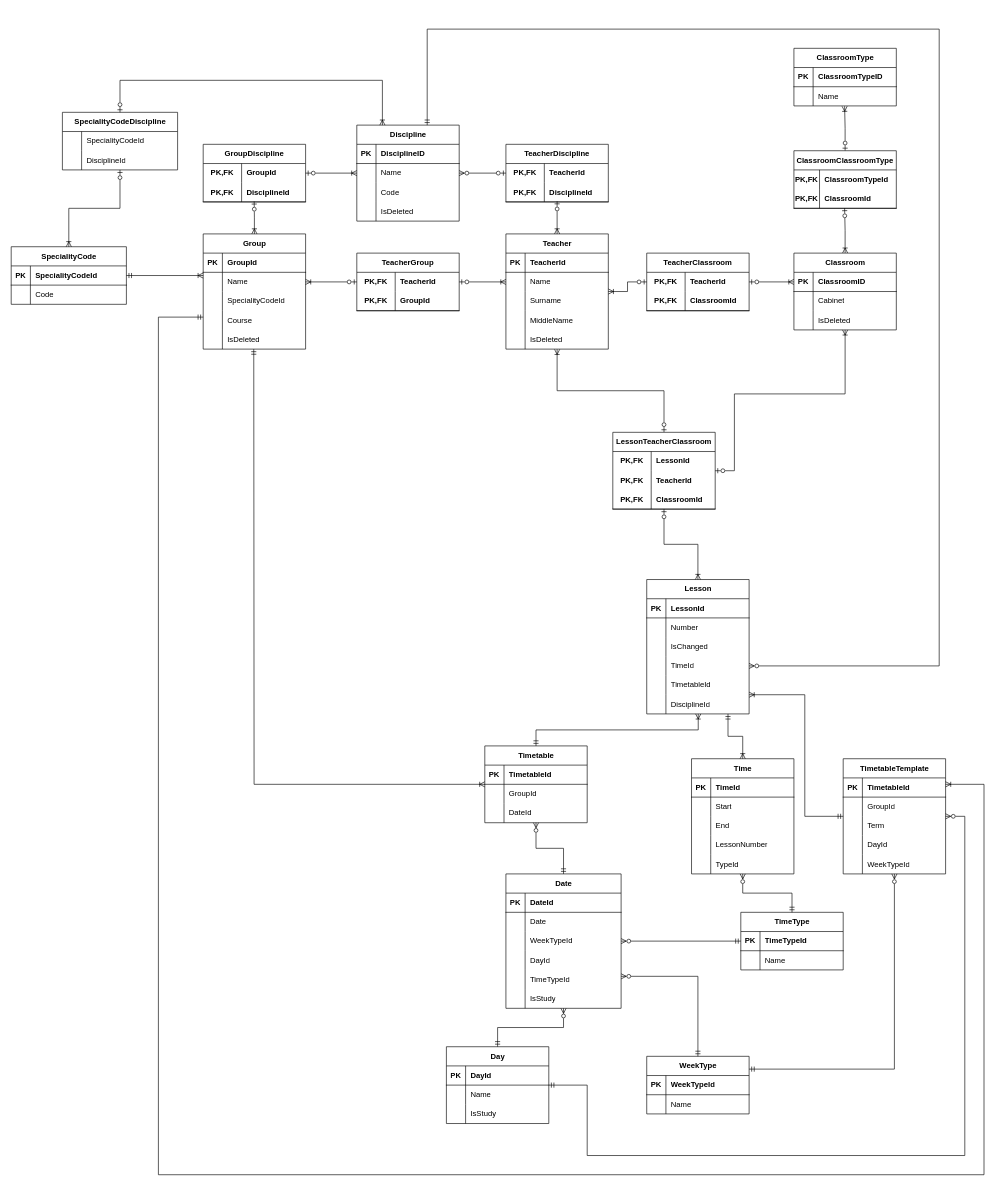
The draw.io diagram Schedule.drawio in SV3TLuV/Schedule, before the edit. Source tidied: cells renumbered, new cells numbered last; positions are measured from the earlier drawing's top-left corner, leaving out a move shared by most shapes. Both pictures are drawn from the tidied source at 64%, with x=0, y=0 at pixel (11, 29).
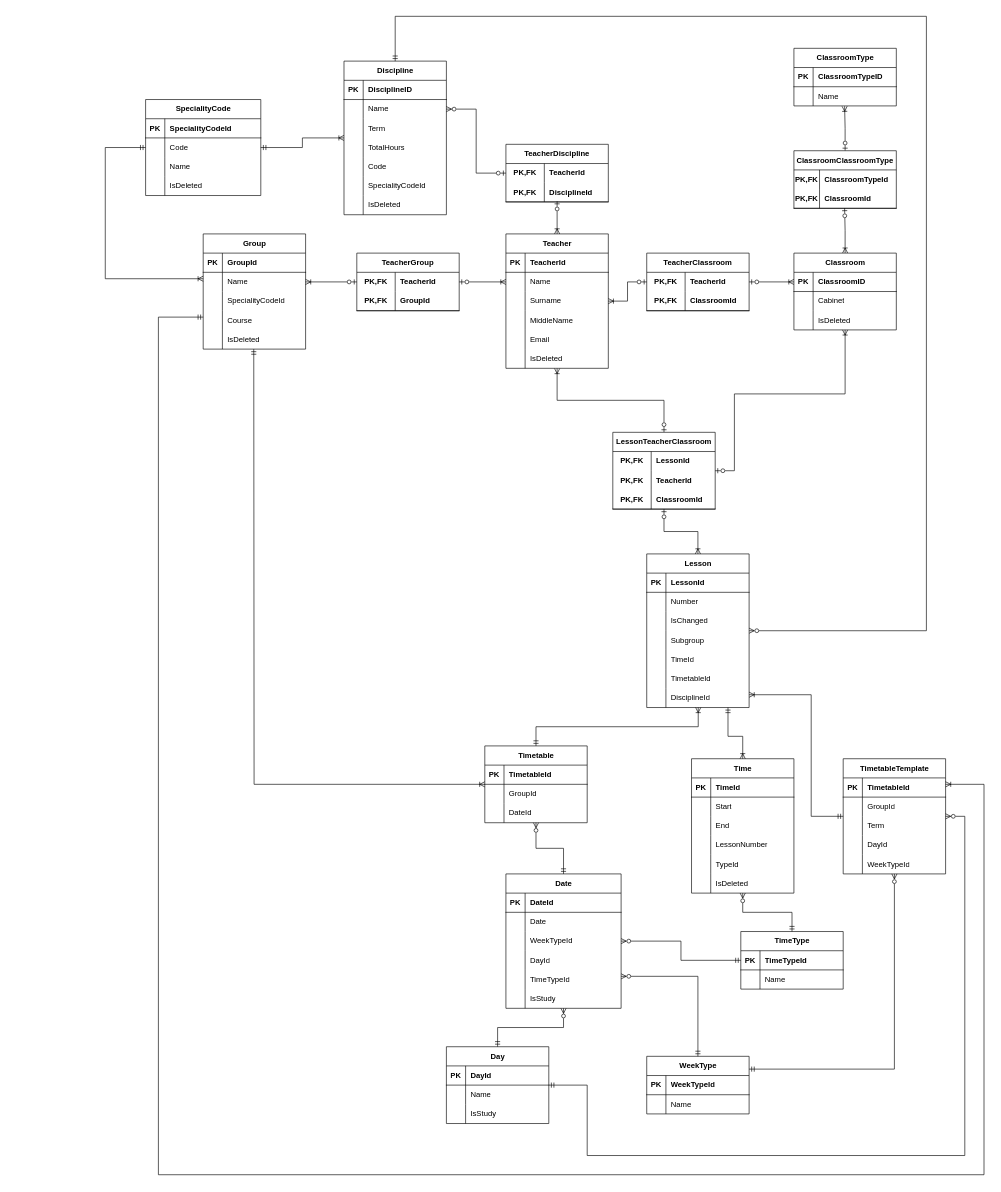
After the change.

Unchanged cells that the change refers to:
```xml
<mxCell id="10" value="Group" style="shape=table;startSize=30;childLayout=tableLayout;rowLines=0;fontStyle=1;align=center;html=1;" parent="1" vertex="1">
  <mxGeometry x="300" y="320" width="160" height="180" as="geometry" />
</mxCell>
<mxCell id="61" style="shape=tableRow;horizontal=0;startSize=0;swimlaneHead=0;swimlaneBody=0;fillColor=none;points=[[0,0.5],[1,0.5]];portConstraint=eastwest;top=0;left=0;right=0;bottom=0;" parent="57" vertex="1">
  <mxGeometry y="60" width="160" height="30" as="geometry" />
</mxCell>
<mxCell id="186" value="&lt;span style=&quot;background-color: rgb(255, 255, 255);&quot;&gt;TimetableTemplate&lt;/span&gt;" style="shape=table;startSize=30;childLayout=tableLayout;rowLines=0;fontStyle=1;align=center;html=1;" parent="1" vertex="1">
  <mxGeometry x="1300" y="1140" width="160" height="180" as="geometry" />
</mxCell>
```

What changed in the source:
```diff
@@
-    <mxCell id="2" value="GroupDiscipline" style="shape=table;startSize=30;childLayout=tableLayout;rowLines=0;fontStyle=1;align=center;html=1;whiteSpace=wrap;" parent="1" vertex="1">
-      <mxGeometry x="300" y="180" width="160" height="90" as="geometry" />
-    </mxCell>
-    <mxCell id="3" style="shape=tableRow;horizontal=0;startSize=0;swimlaneHead=0;swimlaneBody=0;fillColor=none;points=[[0,0.5],[1,0.5]];portConstraint=eastwest;top=0;left=0;right=0;bottom=0;html=1;" parent="2" vertex="1">
-      <mxGeometry y="30" width="160" height="30" as="geometry" />
-    </mxCell>
-    <mxCell id="4" value="PK,FK" style="shape=partialRectangle;fillColor=none;top=0;left=0;bottom=0;right=0;fontStyle=1;overflow=hidden;html=1;whiteSpace=wrap;" parent="3" vertex="1">
-      <mxGeometry width="60" height="30" as="geometry" />
-    </mxCell>
-    <mxCell id="5" value="GroupId" style="shape=partialRectangle;fillColor=none;top=0;left=0;bottom=0;right=0;align=left;spacingLeft=6;fontStyle=1;overflow=hidden;html=1;whiteSpace=wrap;" parent="3" vertex="1">
-      <mxGeometry x="60" width="100" height="30" as="geometry" />
-    </mxCell>
-    <mxCell id="6" style="shape=tableRow;horizontal=0;startSize=0;swimlaneHead=0;swimlaneBody=0;fillColor=none;points=[[0,0.5],[1,0.5]];portConstraint=eastwest;top=0;left=0;right=0;bottom=1;html=1;" parent="2" vertex="1">
-      <mxGeometry y="60" width="160" height="30" as="geometry" />
-    </mxCell>
-    <mxCell id="7" value="PK,FK" style="shape=partialRectangle;fillColor=none;top=0;left=0;bottom=0;right=0;fontStyle=1;overflow=hidden;html=1;whiteSpace=wrap;" parent="6" vertex="1">
-      <mxGeometry width="60" height="30" as="geometry" />
-    </mxCell>
-    <mxCell id="8" value="DisciplineId" style="shape=partialRectangle;fillColor=none;top=0;left=0;bottom=0;right=0;align=left;spacingLeft=6;fontStyle=1;overflow=hidden;html=1;whiteSpace=wrap;" parent="6" vertex="1">
-      <mxGeometry x="60" width="100" height="30" as="geometry" />
-    </mxCell>
-    <mxCell id="9" style="edgeStyle=orthogonalEdgeStyle;rounded=0;jettySize=auto;html=1;exitX=0.5;exitY=0;exitDx=0;exitDy=0;endArrow=ERzeroToOne;endFill=0;startArrow=ERoneToMany;startFill=0;entryX=0.498;entryY=0.978;entryDx=0;entryDy=0;entryPerimeter=0;" parent="1" edge="1" source="10" target="6">
-      <mxGeometry relative="1" as="geometry" />
-    </mxCell>
@@
     <mxCell id="34" value="&lt;span style=&quot;background-color: rgb(255, 255, 255);&quot;&gt;Teacher&lt;/span&gt;" style="shape=table;startSize=30;childLayout=tableLayout;rowLines=0;fontStyle=1;align=center;html=1;" parent="1" vertex="1">
-      <mxGeometry x="773" y="320" width="160" height="180" as="geometry" />
+      <mxGeometry x="773" y="320" width="160" height="210" as="geometry" />
     </mxCell>
@@
+    <mxCell id="257" style="shape=tableRow;horizontal=0;startSize=0;swimlaneHead=0;swimlaneBody=0;fillColor=none;top=0;left=0;right=0;bottom=0;" parent="34" vertex="1">
+      <mxGeometry y="150" width="160" height="30" as="geometry" />
+    </mxCell>
+    <mxCell id="258" style="shape=partialRectangle;fillColor=none;top=0;left=0;bottom=0;right=0;overflow=hidden;whiteSpace=wrap;html=1;" parent="257" vertex="1">
+      <mxGeometry width="30" height="30" as="geometry" />
+    </mxCell>
+    <mxCell id="259" value="Email" style="shape=partialRectangle;fillColor=none;top=0;left=0;bottom=0;right=0;align=left;spacingLeft=6;overflow=hidden;whiteSpace=wrap;html=1;" parent="257" vertex="1">
+      <mxGeometry x="30" width="130" height="30" as="geometry" />
+    </mxCell>
     <mxCell id="47" style="shape=tableRow;horizontal=0;startSize=0;swimlaneHead=0;swimlaneBody=0;fillColor=none;points=[[0,0.5],[1,0.5]];portConstraint=eastwest;top=0;left=0;right=0;bottom=0;" parent="34" vertex="1">
-      <mxGeometry y="150" width="160" height="30" as="geometry" />
+      <mxGeometry y="180" width="160" height="30" as="geometry" />
     </mxCell>
@@
     <mxCell id="57" value="Discipline" style="shape=table;startSize=30;childLayout=tableLayout;rowLines=0;fontStyle=1;align=center;html=1;" parent="1" vertex="1">
-      <mxGeometry x="540" y="150" width="160" height="150" as="geometry" />
+      <mxGeometry x="520" y="50" width="160" height="240" as="geometry" />
     </mxCell>
@@
+    <mxCell id="260" style="shape=tableRow;horizontal=0;startSize=0;swimlaneHead=0;swimlaneBody=0;fillColor=none;top=0;left=0;right=0;bottom=0;" parent="57" vertex="1">
+      <mxGeometry y="90" width="160" height="30" as="geometry" />
+    </mxCell>
+    <mxCell id="261" style="shape=partialRectangle;fillColor=none;top=0;left=0;bottom=0;right=0;overflow=hidden;whiteSpace=wrap;html=1;" parent="260" vertex="1">
+      <mxGeometry width="30" height="30" as="geometry" />
+    </mxCell>
+    <mxCell id="262" value="Term" style="shape=partialRectangle;fillColor=none;top=0;left=0;bottom=0;right=0;align=left;spacingLeft=6;overflow=hidden;whiteSpace=wrap;html=1;" parent="260" vertex="1">
+      <mxGeometry x="30" width="130" height="30" as="geometry" />
+    </mxCell>
     <mxCell id="64" style="shape=tableRow;horizontal=0;startSize=0;swimlaneHead=0;swimlaneBody=0;fillColor=none;top=0;left=0;right=0;bottom=0;" parent="57" vertex="1">
-      <mxGeometry y="90" width="160" height="30" as="geometry" />
+      <mxGeometry y="120" width="160" height="30" as="geometry" />
     </mxCell>
@@
-    <mxCell id="66" value="Code" style="shape=partialRectangle;fillColor=none;top=0;left=0;bottom=0;right=0;align=left;spacingLeft=6;overflow=hidden;whiteSpace=wrap;html=1;" parent="64" vertex="1">
+    <mxCell id="66" value="TotalHours" style="shape=partialRectangle;fillColor=none;top=0;left=0;bottom=0;right=0;align=left;spacingLeft=6;overflow=hidden;whiteSpace=wrap;html=1;" parent="64" vertex="1">
       <mxGeometry x="30" width="130" height="30" as="geometry" />
     </mxCell>
+    <mxCell id="263" style="shape=tableRow;horizontal=0;startSize=0;swimlaneHead=0;swimlaneBody=0;fillColor=none;top=0;left=0;right=0;bottom=0;" parent="57" vertex="1">
+      <mxGeometry y="150" width="160" height="30" as="geometry" />
+    </mxCell>
+    <mxCell id="264" style="shape=partialRectangle;fillColor=none;top=0;left=0;bottom=0;right=0;overflow=hidden;whiteSpace=wrap;html=1;" parent="263" vertex="1">
+      <mxGeometry width="30" height="30" as="geometry" />
+    </mxCell>
+    <mxCell id="265" value="Code" style="shape=partialRectangle;fillColor=none;top=0;left=0;bottom=0;right=0;align=left;spacingLeft=6;overflow=hidden;whiteSpace=wrap;html=1;" parent="263" vertex="1">
+      <mxGeometry x="30" width="130" height="30" as="geometry" />
+    </mxCell>
+    <mxCell id="266" style="shape=tableRow;horizontal=0;startSize=0;swimlaneHead=0;swimlaneBody=0;fillColor=none;top=0;left=0;right=0;bottom=0;" parent="57" vertex="1">
+      <mxGeometry y="180" width="160" height="30" as="geometry" />
+    </mxCell>
+    <mxCell id="267" style="shape=partialRectangle;fillColor=none;top=0;left=0;bottom=0;right=0;overflow=hidden;whiteSpace=wrap;html=1;" parent="266" vertex="1">
+      <mxGeometry width="30" height="30" as="geometry" />
+    </mxCell>
+    <mxCell id="237" value="SpecialityCodeId" style="shape=partialRectangle;fillColor=none;top=0;left=0;bottom=0;right=0;align=left;spacingLeft=6;overflow=hidden;whiteSpace=wrap;html=1;" parent="266" vertex="1">
+      <mxGeometry x="30" width="130" height="30" as="geometry" />
+    </mxCell>
     <mxCell id="67" style="shape=tableRow;horizontal=0;startSize=0;swimlaneHead=0;swimlaneBody=0;fillColor=none;top=0;left=0;right=0;bottom=0;" parent="57" vertex="1">
-      <mxGeometry y="120" width="160" height="30" as="geometry" />
+      <mxGeometry y="210" width="160" height="30" as="geometry" />
     </mxCell>
@@
-    <mxCell id="70" style="edgeStyle=orthogonalEdgeStyle;rounded=0;jettySize=auto;html=1;exitX=1;exitY=0.5;exitDx=0;exitDy=0;entryX=0;entryY=0.5;entryDx=0;entryDy=0;endArrow=ERoneToMany;endFill=0;startArrow=ERzeroToOne;startFill=0;" parent="1" edge="1" source="3" target="61">
-      <mxGeometry relative="1" as="geometry" />
-    </mxCell>
@@
     <mxCell id="110" value="&lt;span style=&quot;background-color: rgb(255, 255, 255);&quot;&gt;TimeType&lt;/span&gt;" style="shape=table;startSize=30;childLayout=tableLayout;rowLines=0;fontStyle=1;align=center;html=1;" parent="1" vertex="1">
-      <mxGeometry x="1140" y="1380" width="160" height="90" as="geometry" />
+      <mxGeometry x="1140" y="1410" width="160" height="90" as="geometry" />
     </mxCell>
@@
     <mxCell id="118" value="&lt;span style=&quot;background-color: rgb(255, 255, 255);&quot;&gt;Time&lt;/span&gt;" style="shape=table;startSize=30;childLayout=tableLayout;rowLines=0;fontStyle=1;align=center;html=1;" parent="1" vertex="1">
-      <mxGeometry x="1063" y="1140" width="160" height="180" as="geometry" />
+      <mxGeometry x="1063" y="1140" width="160" height="210" as="geometry" />
     </mxCell>
@@
+    <mxCell id="268" style="shape=tableRow;horizontal=0;startSize=0;swimlaneHead=0;swimlaneBody=0;fillColor=none;top=0;left=0;right=0;bottom=0;" parent="118" vertex="1">
+      <mxGeometry y="180" width="160" height="30" as="geometry" />
+    </mxCell>
+    <mxCell id="269" style="shape=partialRectangle;fillColor=none;top=0;left=0;bottom=0;right=0;overflow=hidden;whiteSpace=wrap;html=1;" parent="268" vertex="1">
+      <mxGeometry width="30" height="30" as="geometry" />
+    </mxCell>
+    <mxCell id="270" value="IsDeleted" style="shape=partialRectangle;fillColor=none;top=0;left=0;bottom=0;right=0;align=left;spacingLeft=6;overflow=hidden;whiteSpace=wrap;html=1;" parent="268" vertex="1">
+      <mxGeometry x="30" width="130" height="30" as="geometry" />
+    </mxCell>
@@
     <mxCell id="135" value="Lesson" style="shape=table;startSize=30;childLayout=tableLayout;rowLines=0;fontStyle=1;align=center;html=1;" parent="1" vertex="1">
-      <mxGeometry x="993" y="860" width="160" height="210" as="geometry" />
+      <mxGeometry x="993" y="820" width="160" height="240" as="geometry" />
     </mxCell>
@@
+    <mxCell id="271" style="shape=tableRow;horizontal=0;startSize=0;swimlaneHead=0;swimlaneBody=0;fillColor=none;top=0;left=0;right=0;bottom=0;" parent="135" vertex="1">
+      <mxGeometry y="120" width="160" height="30" as="geometry" />
+    </mxCell>
+    <mxCell id="272" style="shape=partialRectangle;fillColor=none;top=0;left=0;bottom=0;right=0;overflow=hidden;whiteSpace=wrap;html=1;" parent="271" vertex="1">
+      <mxGeometry width="30" height="30" as="geometry" />
+    </mxCell>
+    <mxCell id="273" value="Subgroup" style="shape=partialRectangle;fillColor=none;top=0;left=0;bottom=0;right=0;align=left;spacingLeft=6;overflow=hidden;whiteSpace=wrap;html=1;" parent="271" vertex="1">
+      <mxGeometry x="30" width="130" height="30" as="geometry" />
+    </mxCell>
     <mxCell id="145" style="shape=tableRow;horizontal=0;startSize=0;swimlaneHead=0;swimlaneBody=0;fillColor=none;points=[[0,0.5],[1,0.5]];portConstraint=eastwest;top=0;left=0;right=0;bottom=0;" parent="135" vertex="1">
-      <mxGeometry y="120" width="160" height="30" as="geometry" />
+      <mxGeometry y="150" width="160" height="30" as="geometry" />
     </mxCell>
@@
     <mxCell id="148" style="shape=tableRow;horizontal=0;startSize=0;swimlaneHead=0;swimlaneBody=0;fillColor=none;top=0;left=0;right=0;bottom=0;" parent="135" vertex="1">
-      <mxGeometry y="150" width="160" height="30" as="geometry" />
+      <mxGeometry y="180" width="160" height="30" as="geometry" />
     </mxCell>
@@
     <mxCell id="151" style="shape=tableRow;horizontal=0;startSize=0;swimlaneHead=0;swimlaneBody=0;fillColor=none;points=[[0,0.5],[1,0.5]];portConstraint=eastwest;top=0;left=0;right=0;bottom=0;" parent="135" vertex="1">
-      <mxGeometry y="180" width="160" height="30" as="geometry" />
+      <mxGeometry y="210" width="160" height="30" as="geometry" />
     </mxCell>
@@
-    <mxCell id="182" style="edgeStyle=orthogonalEdgeStyle;rounded=0;jettySize=auto;html=1;exitX=1;exitY=0.5;exitDx=0;exitDy=0;endArrow=ERmandOne;endFill=0;startArrow=ERzeroToMany;startFill=0;" parent="1" edge="1" source="145" target="57">
+    <mxCell id="182" style="edgeStyle=orthogonalEdgeStyle;rounded=0;jettySize=auto;html=1;endArrow=ERmandOne;endFill=0;startArrow=ERzeroToMany;startFill=0;" parent="1" edge="1" source="135" target="57">
       <mxGeometry relative="1" as="geometry">
         <Array as="points">
-          <mxPoint x="1450" y="995" />
-          <mxPoint x="1450" />
-          <mxPoint x="650" />
+          <mxPoint x="1430" y="940" />
+          <mxPoint x="1430" y="-20" />
+          <mxPoint x="600" y="-20" />
         </Array>
       </mxGeometry>
     </mxCell>
@@
     <mxCell id="224" style="edgeStyle=orthogonalEdgeStyle;rounded=0;jettySize=auto;html=1;endArrow=ERoneToMany;endFill=0;startArrow=ERmandOne;startFill=0;" parent="1" edge="1" source="186" target="135">
       <mxGeometry relative="1" as="geometry">
         <Array as="points">
-          <mxPoint x="1240" y="1230" />
-          <mxPoint x="1240" y="1040" />
+          <mxPoint x="1250" y="1230" />
+          <mxPoint x="1250" y="1040" />
         </Array>
       </mxGeometry>
     </mxCell>
@@
     <mxCell id="226" value="SpecialityCode" style="shape=table;startSize=30;childLayout=tableLayout;rowLines=0;fontStyle=1;align=center;html=1;" parent="1" vertex="1">
-      <mxGeometry y="340" width="180" height="90" as="geometry" />
+      <mxGeometry x="210" y="110" width="180" height="150" as="geometry" />
     </mxCell>
@@
+    <mxCell id="274" style="shape=tableRow;horizontal=0;startSize=0;swimlaneHead=0;swimlaneBody=0;fillColor=none;top=0;left=0;right=0;bottom=0;" parent="226" vertex="1">
+      <mxGeometry y="90" width="180" height="30" as="geometry" />
+    </mxCell>
+    <mxCell id="275" style="shape=partialRectangle;fillColor=none;top=0;left=0;bottom=0;right=0;overflow=hidden;whiteSpace=wrap;html=1;" parent="274" vertex="1">
+      <mxGeometry width="30" height="30" as="geometry" />
+    </mxCell>
+    <mxCell id="276" value="Name" style="shape=partialRectangle;fillColor=none;top=0;left=0;bottom=0;right=0;align=left;spacingLeft=6;overflow=hidden;whiteSpace=wrap;html=1;" parent="274" vertex="1">
+      <mxGeometry x="30" width="150" height="30" as="geometry" />
+    </mxCell>
+    <mxCell id="277" style="shape=tableRow;horizontal=0;startSize=0;swimlaneHead=0;swimlaneBody=0;fillColor=none;top=0;left=0;right=0;bottom=0;" parent="226" vertex="1">
+      <mxGeometry y="120" width="180" height="30" as="geometry" />
+    </mxCell>
+    <mxCell id="278" style="shape=partialRectangle;fillColor=none;top=0;left=0;bottom=0;right=0;overflow=hidden;whiteSpace=wrap;html=1;" parent="277" vertex="1">
+      <mxGeometry width="30" height="30" as="geometry" />
+    </mxCell>
+    <mxCell id="279" value="IsDeleted" style="shape=partialRectangle;fillColor=none;top=0;left=0;bottom=0;right=0;align=left;spacingLeft=6;overflow=hidden;whiteSpace=wrap;html=1;" parent="277" vertex="1">
+      <mxGeometry x="30" width="150" height="30" as="geometry" />
+    </mxCell>
@@
-    <mxCell id="234" value="SpecialityCodeDiscipline" style="shape=table;startSize=30;childLayout=tableLayout;rowLines=0;fontStyle=1;align=center;html=1;" parent="1" vertex="1">
-      <mxGeometry x="80" y="130" width="180" height="90" as="geometry" />
-    </mxCell>
-    <mxCell id="235" style="shape=tableRow;horizontal=0;startSize=0;swimlaneHead=0;swimlaneBody=0;fillColor=none;top=0;left=0;right=0;bottom=0;" parent="234" vertex="1">
-      <mxGeometry y="30" width="180" height="30" as="geometry" />
-    </mxCell>
-    <mxCell id="236" style="shape=partialRectangle;fillColor=none;top=0;left=0;bottom=0;right=0;overflow=hidden;whiteSpace=wrap;html=1;" parent="235" vertex="1">
-      <mxGeometry width="30" height="30" as="geometry" />
-    </mxCell>
-    <mxCell id="237" value="SpecialityCodeId" style="shape=partialRectangle;fillColor=none;top=0;left=0;bottom=0;right=0;align=left;spacingLeft=6;overflow=hidden;whiteSpace=wrap;html=1;" parent="235" vertex="1">
-      <mxGeometry x="30" width="150" height="30" as="geometry" />
-    </mxCell>
-    <mxCell id="238" style="shape=tableRow;horizontal=0;startSize=0;swimlaneHead=0;swimlaneBody=0;fillColor=none;top=0;left=0;right=0;bottom=0;" parent="234" vertex="1">
-      <mxGeometry y="60" width="180" height="30" as="geometry" />
-    </mxCell>
-    <mxCell id="239" style="shape=partialRectangle;fillColor=none;top=0;left=0;bottom=0;right=0;overflow=hidden;whiteSpace=wrap;html=1;" parent="238" vertex="1">
-      <mxGeometry width="30" height="30" as="geometry" />
-    </mxCell>
-    <mxCell id="240" value="DisciplineId" style="shape=partialRectangle;fillColor=none;top=0;left=0;bottom=0;right=0;align=left;spacingLeft=6;overflow=hidden;whiteSpace=wrap;html=1;" parent="238" vertex="1">
-      <mxGeometry x="30" width="150" height="30" as="geometry" />
-    </mxCell>
-    <mxCell id="241" style="edgeStyle=orthogonalEdgeStyle;rounded=0;jettySize=auto;html=1;endArrow=ERzeroToOne;endFill=0;startArrow=ERoneToMany;startFill=0;" parent="1" edge="1" source="226" target="234">
-      <mxGeometry relative="1" as="geometry" />
-    </mxCell>
-    <mxCell id="242" style="edgeStyle=orthogonalEdgeStyle;rounded=0;jettySize=auto;html=1;endArrow=ERzeroToOne;endFill=0;startArrow=ERoneToMany;startFill=0;" parent="1" edge="1" source="57" target="234">
-      <mxGeometry relative="1" as="geometry">
-        <Array as="points">
-          <mxPoint x="580" y="80" />
-        </Array>
-      </mxGeometry>
-    </mxCell>
@@
+    <mxCell id="280" style="edgeStyle=orthogonalEdgeStyle;rounded=0;jettySize=auto;html=1;endArrow=ERoneToMany;endFill=0;startArrow=ERmandOne;startFill=0;" parent="1" edge="1" source="226" target="57">
+      <mxGeometry relative="1" as="geometry" />
+    </mxCell>
```
